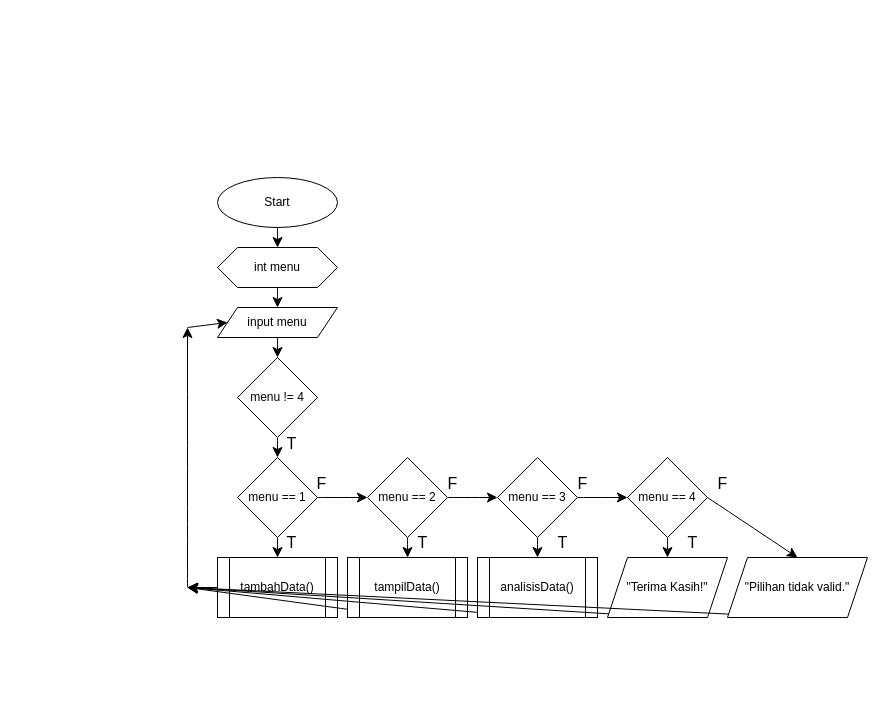
Before: page "Main" (1 of 4) of flowchart kelompok 7.drawio in Dzaky-Hadyan/project-besar-daspro, a draw.io diagram. Source tidied: cells renumbered, new cells numbered last; positions are measured from the earlier drawing's top-left corner, leaving out a move shared by most shapes. Both pictures are drawn from the tidied source at 100%, with x=0, y=0 at pixel (187, 177).
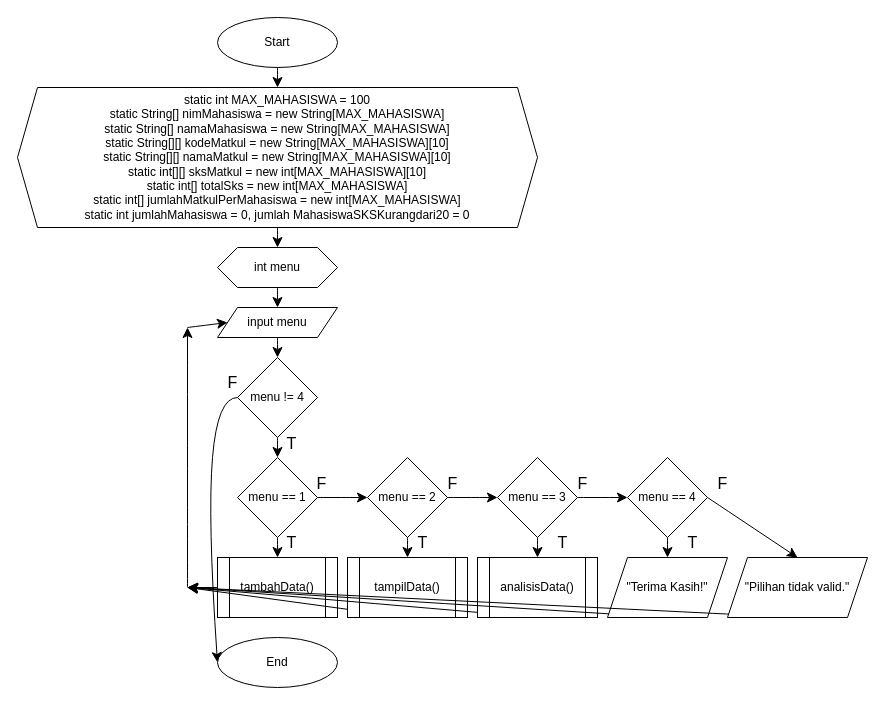
After the change.

Commit message:
docs: add static variable declaration in Main

Unchanged cells that the change refers to:
```xml
<mxCell id="5" value="int menu" style="shape=hexagon;perimeter=hexagonPerimeter2;whiteSpace=wrap;html=1;fixedSize=1;" parent="1" vertex="1">
  <mxGeometry x="30" y="70" width="120" height="40" as="geometry" />
</mxCell>
<mxCell id="14" value="menu != 4" style="rhombus;whiteSpace=wrap;html=1;" parent="1" vertex="1">
  <mxGeometry x="50" y="180" width="80" height="80" as="geometry" />
</mxCell>
```

Diff of the diagram source:
```diff
@@
-    <mxCell id="2" style="edgeStyle=none;curved=1;rounded=0;jettySize=auto;html=1;exitX=0.5;exitY=1;exitDx=0;exitDy=0;entryX=0.5;entryY=0;entryDx=0;entryDy=0;fontSize=12;startSize=8;endSize=8;" parent="1" edge="1" source="3" target="5">
-      <mxGeometry relative="1" as="geometry" />
-    </mxCell>
+    <mxCell id="43" style="edgeStyle=none;curved=1;rounded=0;jettySize=auto;html=1;exitX=0.5;exitY=1;exitDx=0;exitDy=0;entryX=0.5;entryY=0;entryDx=0;entryDy=0;fontSize=12;startSize=8;endSize=8;" parent="1" edge="1" source="3" target="46">
+      <mxGeometry relative="1" as="geometry" />
+    </mxCell>
     <mxCell id="3" value="Start" style="ellipse;whiteSpace=wrap;html=1;" parent="1" vertex="1">
-      <mxGeometry x="30" width="120" height="50" as="geometry" />
+      <mxGeometry x="30" y="-160" width="120" height="50" as="geometry" />
     </mxCell>
@@
+    <mxCell id="44" style="edgeStyle=none;curved=1;rounded=0;jettySize=auto;html=1;exitX=0;exitY=0.5;exitDx=0;exitDy=0;entryX=0;entryY=0.5;entryDx=0;entryDy=0;fontSize=12;startSize=8;endSize=8;" parent="1" edge="1" source="14" target="47">
+      <mxGeometry relative="1" as="geometry">
+        <Array as="points">
+          <mxPoint x="30" y="220" />
+          <mxPoint x="20" y="340" />
+        </Array>
+      </mxGeometry>
+    </mxCell>
@@
+    <mxCell id="45" style="edgeStyle=none;curved=1;rounded=0;jettySize=auto;html=1;exitX=0.5;exitY=1;exitDx=0;exitDy=0;entryX=0.5;entryY=0;entryDx=0;entryDy=0;fontSize=12;startSize=8;endSize=8;" parent="1" edge="1" source="46" target="5">
+      <mxGeometry relative="1" as="geometry" />
+    </mxCell>
+    <mxCell id="46" value="static int MAX_MAHASISWA = 100&lt;div&gt;static String[] nimMahasiswa = new String[MAX_MAHASISWA]&lt;/div&gt;&lt;div&gt;static String[] namaMahasiswa = new String[MAX_MAHASISWA]&lt;/div&gt;&lt;div&gt;static String[][] kodeMatkul = new String[MAX_MAHASISWA][10]&lt;/div&gt;&lt;div&gt;static String[][] namaMatkul = new String[MAX_MAHASISWA][10]&lt;/div&gt;&lt;div&gt;static int[][] sksMatkul = new int[MAX_MAHASISWA][10]&lt;/div&gt;&lt;div&gt;static int[] totalSks = new int[MAX_MAHASISWA]&lt;/div&gt;&lt;div&gt;static int[] jumlahMatkulPerMahasiswa = new int[MAX_MAHASISWA]&lt;/div&gt;&lt;div&gt;static int jumlahMahasiswa = 0, jumlah MahasiswaSKSKurangdari20 = 0&lt;/div&gt;" style="shape=hexagon;perimeter=hexagonPerimeter2;whiteSpace=wrap;html=1;fixedSize=1;" parent="1" vertex="1">
+      <mxGeometry x="-170" y="-90" width="520" height="140" as="geometry" />
+    </mxCell>
+    <mxCell id="47" value="End" style="ellipse;whiteSpace=wrap;html=1;" parent="1" vertex="1">
+      <mxGeometry x="30" y="460" width="120" height="50" as="geometry" />
+    </mxCell>
+    <mxCell id="48" value="F" style="text;html=1;align=center;verticalAlign=middle;strokeColor=none;fillColor=none;fontSize=16;" parent="1" vertex="1">
+      <mxGeometry x="30" y="190" width="30" height="30" as="geometry" />
+    </mxCell>
```
